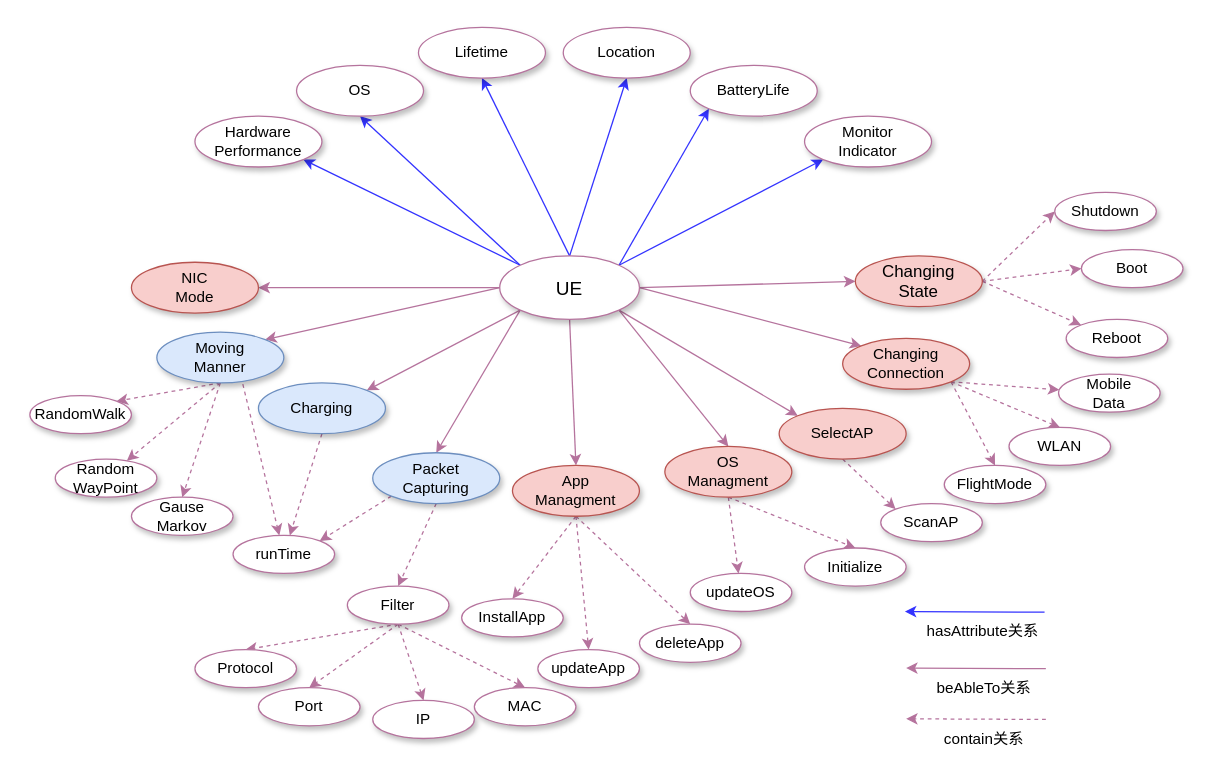
Before: page "Page-3" (3 of 3) of 描述语言RDF图.drawio in Icarus1994/neutron_conf, a draw.io diagram. Source tidied: cells renumbered, new cells numbered last; positions are measured from the earlier drawing's top-left corner, leaving out a move shared by most shapes. Both pictures are drawn from the tidied source at 127%, with x=0, y=0 at pixel (29, 27).
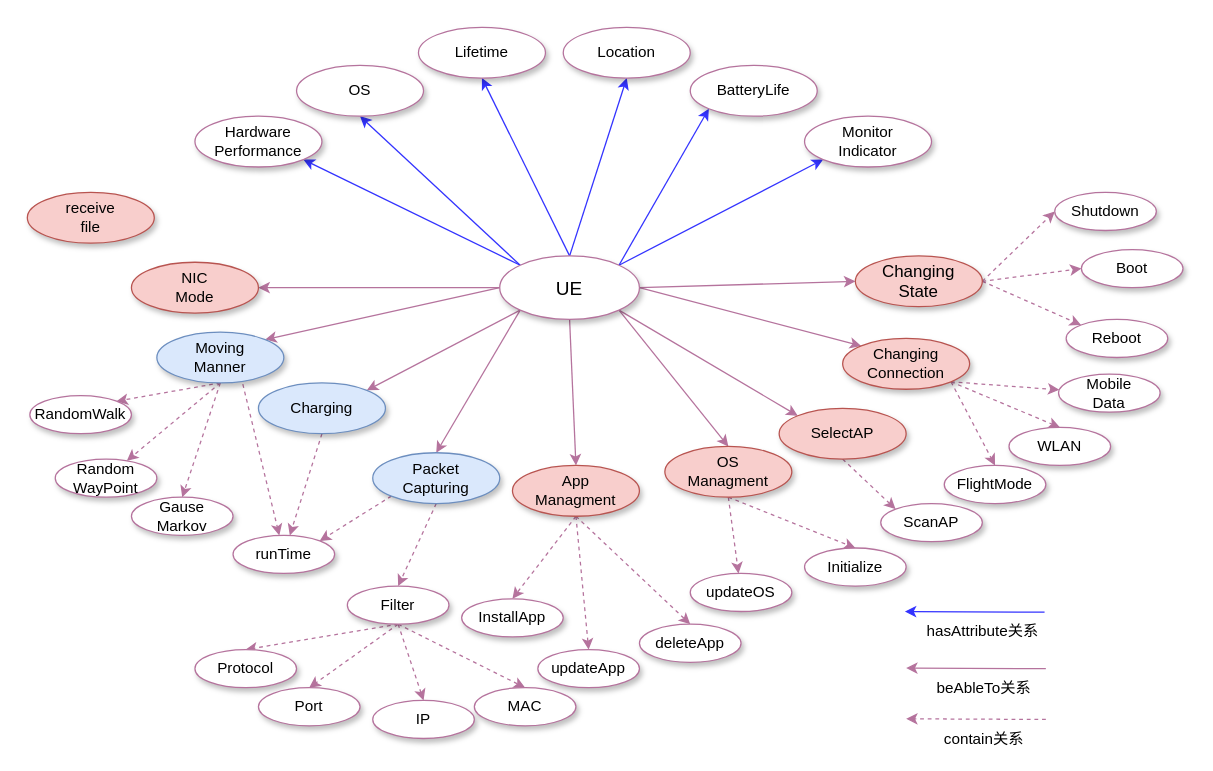
The same page after the edit.

Diff of the diagram source:
```diff
@@
+    <mxCell id="84" value="receive&lt;br&gt;file" style="ellipse;whiteSpace=wrap;html=1;align=center;shadow=1;fillColor=#f8cecc;strokeColor=#b85450;" parent="1" vertex="1">
+      <mxGeometry x="-2" y="130" width="100" height="40" as="geometry" />
+    </mxCell>
```
